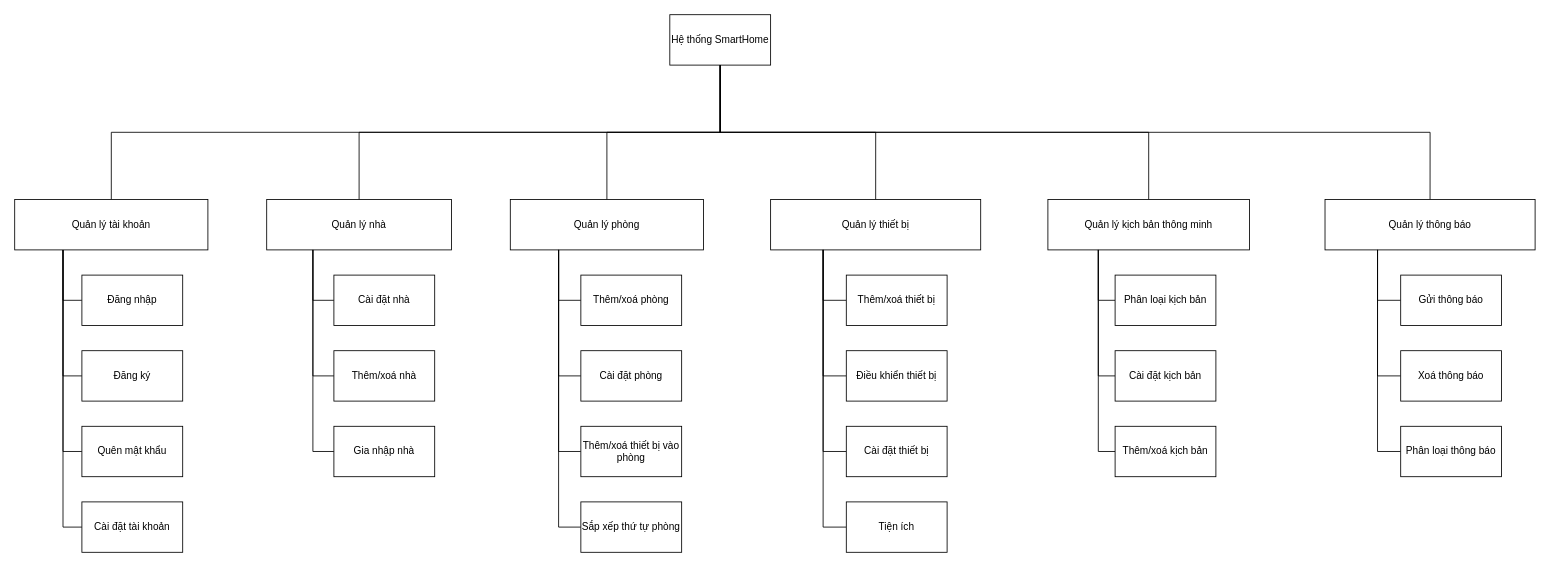
khanhdew/SmartHome keeps this draw.io diagram as page "FDD-Main" (1 of 18) of iotentities.drawio. Above is the earlier version. Source tidied: cells renumbered, new cells numbered last; positions are measured from the earlier drawing's top-left corner, leaving out a move shared by most shapes. Both pictures are drawn from the tidied source at 84%, with x=0, y=0 at pixel (14, 14).
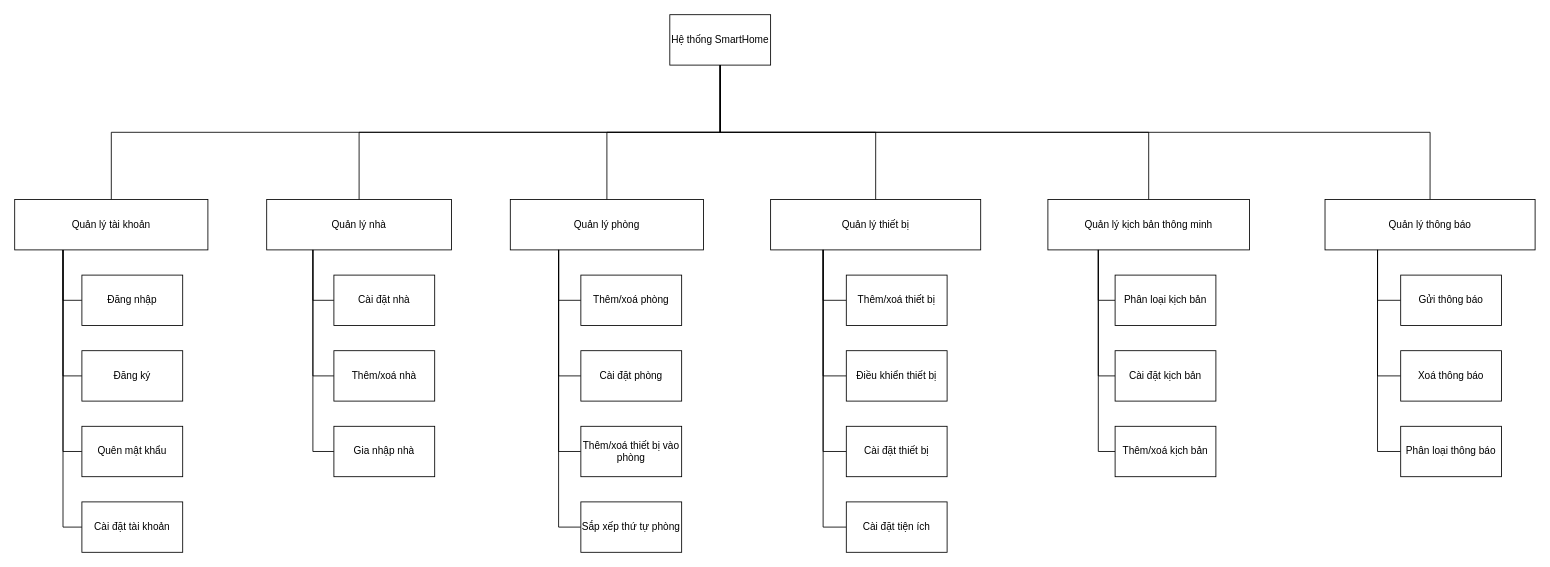
The same diagram, later.

Diff of the diagram source:
```diff
@@
-    <mxCell id="53" value="Tiện ích" style="rounded=0;whiteSpace=wrap;html=1;" parent="1" vertex="1">
+    <mxCell id="53" value="Cài đặt tiện ích" style="rounded=0;whiteSpace=wrap;html=1;" parent="1" vertex="1">
       <mxGeometry x="990" y="580" width="120" height="60" as="geometry" />
     </mxCell>
```
